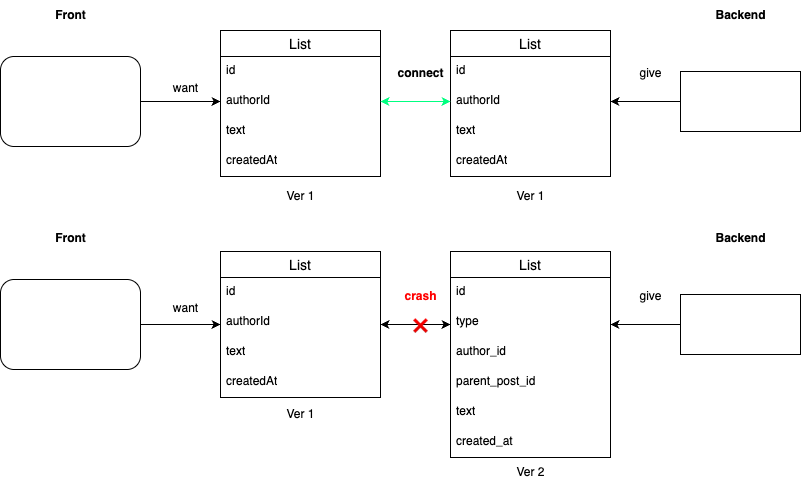
Before: featureflag-featureflag.png, a diagram exported from draw.io (Rwatana/DrawImages). Source tidied: cells renumbered, new cells last; positions are measured from the earlier drawing's top-left corner, leaving out a move shared by most shapes. Source of this version:
```xml
<mxGraphModel>
  <root>
    <mxCell id="0" />
    <mxCell id="1" parent="0" />
    <mxCell id="2" style="group;" parent="1" vertex="1">
      <mxGeometry width="800" height="181" as="geometry" />
    </mxCell>
    <mxCell id="3" style="edgeStyle=orthogonalEdgeStyle;rounded=0;jettySize=auto;html=1;exitX=1;exitY=0.5;exitDx=0;exitDy=0;entryX=0;entryY=0.5;entryDx=0;entryDy=0;" parent="2" edge="1" source="4" target="12">
      <mxGeometry relative="1" as="geometry" />
    </mxCell>
    <mxCell id="4" style="rounded=1;whiteSpace=wrap;html=1;" parent="2" vertex="1">
      <mxGeometry y="56" width="140" height="90" as="geometry" />
    </mxCell>
    <mxCell id="5" value="&lt;b&gt;Front&lt;/b&gt;" style="text;html=1;align=center;verticalAlign=middle;strokeColor=none;fillColor=none;" parent="2" vertex="1">
      <mxGeometry x="45" width="50" height="30" as="geometry" />
    </mxCell>
    <mxCell id="6" style="edgeStyle=orthogonalEdgeStyle;rounded=0;jettySize=auto;html=1;exitX=0;exitY=0.5;exitDx=0;exitDy=0;entryX=1;entryY=0.5;entryDx=0;entryDy=0;" parent="2" edge="1" source="7" target="18">
      <mxGeometry relative="1" as="geometry" />
    </mxCell>
    <mxCell id="7" style="rounded=0;whiteSpace=wrap;html=1;" parent="2" vertex="1">
      <mxGeometry x="680" y="71" width="120" height="60" as="geometry" />
    </mxCell>
    <mxCell id="8" value="&lt;b&gt;Backend&lt;/b&gt;" style="text;html=1;align=center;verticalAlign=middle;strokeColor=none;fillColor=none;" parent="2" vertex="1">
      <mxGeometry x="705" width="70" height="30" as="geometry" />
    </mxCell>
    <mxCell id="9" value="want" style="text;html=1;align=center;verticalAlign=middle;strokeColor=none;fillColor=none;" parent="2" vertex="1">
      <mxGeometry x="160" y="73" width="50" height="30" as="geometry" />
    </mxCell>
    <mxCell id="10" value="List" style="swimlane;fontStyle=0;horizontal=1;startSize=26;align=center;fontSize=14;" parent="2" vertex="1">
      <mxGeometry x="220" y="30" width="160" height="146" as="geometry" />
    </mxCell>
    <mxCell id="11" value="id" style="text;strokeColor=none;fillColor=none;spacingLeft=4;spacingRight=4;overflow=hidden;fontSize=12;whiteSpace=wrap;html=1;" parent="10" vertex="1">
      <mxGeometry y="26" width="160" height="30" as="geometry" />
    </mxCell>
    <mxCell id="12" value="authorId" style="text;strokeColor=none;fillColor=none;spacingLeft=4;spacingRight=4;overflow=hidden;points=[[0,0.5],[1,0.5]];portConstraint=eastwest;fontSize=12;whiteSpace=wrap;html=1;" parent="10" vertex="1">
      <mxGeometry y="56" width="160" height="30" as="geometry" />
    </mxCell>
    <mxCell id="13" value="text" style="text;strokeColor=none;fillColor=none;spacingLeft=4;spacingRight=4;overflow=hidden;fontSize=12;whiteSpace=wrap;html=1;" parent="10" vertex="1">
      <mxGeometry y="86" width="160" height="30" as="geometry" />
    </mxCell>
    <mxCell id="14" value="createdAt" style="text;strokeColor=none;fillColor=none;spacingLeft=4;spacingRight=4;overflow=hidden;fontSize=12;whiteSpace=wrap;html=1;" parent="10" vertex="1">
      <mxGeometry y="116" width="160" height="30" as="geometry" />
    </mxCell>
    <mxCell id="15" value="give" style="text;html=1;align=center;verticalAlign=middle;strokeColor=none;fillColor=none;" parent="2" vertex="1">
      <mxGeometry x="625" y="58" width="50" height="30" as="geometry" />
    </mxCell>
    <mxCell id="16" value="List" style="swimlane;fontStyle=0;horizontal=1;startSize=26;align=center;fontSize=14;" parent="2" vertex="1">
      <mxGeometry x="450" y="30" width="160" height="146" as="geometry" />
    </mxCell>
    <mxCell id="17" value="id" style="text;strokeColor=none;fillColor=none;spacingLeft=4;spacingRight=4;overflow=hidden;fontSize=12;whiteSpace=wrap;html=1;" parent="16" vertex="1">
      <mxGeometry y="26" width="160" height="30" as="geometry" />
    </mxCell>
    <mxCell id="18" value="authorId" style="text;strokeColor=none;fillColor=none;spacingLeft=4;spacingRight=4;overflow=hidden;points=[[0,0.5],[1,0.5]];portConstraint=eastwest;fontSize=12;whiteSpace=wrap;html=1;" parent="16" vertex="1">
      <mxGeometry y="56" width="160" height="30" as="geometry" />
    </mxCell>
    <mxCell id="19" value="text" style="text;strokeColor=none;fillColor=none;spacingLeft=4;spacingRight=4;overflow=hidden;fontSize=12;whiteSpace=wrap;html=1;" parent="16" vertex="1">
      <mxGeometry y="86" width="160" height="30" as="geometry" />
    </mxCell>
    <mxCell id="20" value="createdAt" style="text;strokeColor=none;fillColor=none;spacingLeft=4;spacingRight=4;overflow=hidden;fontSize=12;whiteSpace=wrap;html=1;" parent="16" vertex="1">
      <mxGeometry y="116" width="160" height="30" as="geometry" />
    </mxCell>
    <mxCell id="21" style="endArrow=classic;startArrow=classic;html=1;rounded=0;exitX=1;exitY=0.5;exitDx=0;exitDy=0;entryX=0;entryY=0.5;entryDx=0;entryDy=0;strokeColor=#00FF80;" parent="2" edge="1" source="12" target="18">
      <mxGeometry relative="1" as="geometry" />
    </mxCell>
    <mxCell id="22" value="&lt;b&gt;connect&lt;/b&gt;" style="text;html=1;align=center;verticalAlign=middle;strokeColor=none;fillColor=none;" parent="2" vertex="1">
      <mxGeometry x="385" y="58" width="70" height="30" as="geometry" />
    </mxCell>
    <mxCell id="23" style="edgeStyle=orthogonalEdgeStyle;rounded=0;jettySize=auto;html=1;exitX=1;exitY=0.5;exitDx=0;exitDy=0;entryX=0;entryY=0.5;entryDx=0;entryDy=0;" parent="1" edge="1" source="24">
      <mxGeometry relative="1" as="geometry">
        <mxPoint x="220" y="324" as="targetPoint" />
      </mxGeometry>
    </mxCell>
    <mxCell id="24" style="rounded=1;whiteSpace=wrap;html=1;" parent="1" vertex="1">
      <mxGeometry y="279" width="140" height="90" as="geometry" />
    </mxCell>
    <mxCell id="25" value="&lt;b&gt;Front&lt;/b&gt;" style="text;html=1;align=center;verticalAlign=middle;strokeColor=none;fillColor=none;" parent="1" vertex="1">
      <mxGeometry x="45" y="223" width="50" height="30" as="geometry" />
    </mxCell>
    <mxCell id="26" style="edgeStyle=orthogonalEdgeStyle;rounded=0;jettySize=auto;html=1;exitX=0;exitY=0.5;exitDx=0;exitDy=0;entryX=1;entryY=0.5;entryDx=0;entryDy=0;" parent="1" edge="1" source="27">
      <mxGeometry relative="1" as="geometry">
        <mxPoint x="610" y="324" as="targetPoint" />
      </mxGeometry>
    </mxCell>
    <mxCell id="27" style="rounded=0;whiteSpace=wrap;html=1;" parent="1" vertex="1">
      <mxGeometry x="680" y="294" width="120" height="60" as="geometry" />
    </mxCell>
    <mxCell id="28" value="&lt;b&gt;Backend&lt;/b&gt;" style="text;html=1;align=center;verticalAlign=middle;strokeColor=none;fillColor=none;" parent="1" vertex="1">
      <mxGeometry x="705" y="223" width="70" height="30" as="geometry" />
    </mxCell>
    <mxCell id="29" value="want" style="text;html=1;align=center;verticalAlign=middle;strokeColor=none;fillColor=none;" parent="1" vertex="1">
      <mxGeometry x="160" y="293" width="50" height="30" as="geometry" />
    </mxCell>
    <mxCell id="30" value="give" style="text;html=1;align=center;verticalAlign=middle;strokeColor=none;fillColor=none;" parent="1" vertex="1">
      <mxGeometry x="625" y="281" width="50" height="30" as="geometry" />
    </mxCell>
    <mxCell id="31" value="Ver 1" style="text;html=1;align=center;verticalAlign=middle;strokeColor=none;fillColor=none;" parent="1" vertex="1">
      <mxGeometry x="275" y="399" width="50" height="30" as="geometry" />
    </mxCell>
    <mxCell id="32" style="endArrow=classic;startArrow=classic;html=1;rounded=0;exitX=1;exitY=0.5;exitDx=0;exitDy=0;entryX=0;entryY=0.5;entryDx=0;entryDy=0;strokeColor=#000000;" parent="1" edge="1">
      <mxGeometry relative="1" as="geometry">
        <mxPoint x="380" y="324" as="sourcePoint" />
        <mxPoint x="450" y="324" as="targetPoint" />
      </mxGeometry>
    </mxCell>
    <mxCell id="33" value="&lt;b&gt;&lt;font style=&quot;color: rgb(255, 0, 0);&quot;&gt;crash&lt;/font&gt;&lt;/b&gt;" style="text;html=1;align=center;verticalAlign=middle;strokeColor=none;fillColor=none;" parent="1" vertex="1">
      <mxGeometry x="390" y="281" width="60" height="30" as="geometry" />
    </mxCell>
    <mxCell id="34" value="❌" style="text;html=1;align=center;verticalAlign=middle;strokeColor=none;fillColor=none;" parent="1" vertex="1">
      <mxGeometry x="400" y="311" width="40" height="30" as="geometry" />
    </mxCell>
    <mxCell id="35" value="Ver 1" style="text;html=1;align=center;verticalAlign=middle;strokeColor=none;fillColor=none;" parent="1" vertex="1">
      <mxGeometry x="275" y="181" width="50" height="30" as="geometry" />
    </mxCell>
    <mxCell id="36" value="List" style="swimlane;fontStyle=0;horizontal=1;startSize=26;align=center;fontSize=14;" parent="1" vertex="1">
      <mxGeometry x="220" y="251" width="160" height="146" as="geometry" />
    </mxCell>
    <mxCell id="37" value="id" style="text;strokeColor=none;fillColor=none;spacingLeft=4;spacingRight=4;overflow=hidden;fontSize=12;whiteSpace=wrap;html=1;" parent="36" vertex="1">
      <mxGeometry y="26" width="160" height="30" as="geometry" />
    </mxCell>
    <mxCell id="38" value="authorId" style="text;strokeColor=none;fillColor=none;spacingLeft=4;spacingRight=4;overflow=hidden;fontSize=12;whiteSpace=wrap;html=1;" parent="36" vertex="1">
      <mxGeometry y="56" width="160" height="30" as="geometry" />
    </mxCell>
    <mxCell id="39" value="text" style="text;strokeColor=none;fillColor=none;spacingLeft=4;spacingRight=4;overflow=hidden;fontSize=12;whiteSpace=wrap;html=1;" parent="36" vertex="1">
      <mxGeometry y="86" width="160" height="30" as="geometry" />
    </mxCell>
    <mxCell id="40" value="createdAt" style="text;strokeColor=none;fillColor=none;spacingLeft=4;spacingRight=4;overflow=hidden;fontSize=12;whiteSpace=wrap;html=1;" parent="36" vertex="1">
      <mxGeometry y="116" width="160" height="30" as="geometry" />
    </mxCell>
    <mxCell id="41" value="Ver 1" style="text;html=1;align=center;verticalAlign=middle;strokeColor=none;fillColor=none;" parent="1" vertex="1">
      <mxGeometry x="505" y="181" width="50" height="30" as="geometry" />
    </mxCell>
    <mxCell id="42" value="List" style="swimlane;fontStyle=0;horizontal=1;startSize=26;align=center;fontSize=14;" parent="1" vertex="1">
      <mxGeometry x="450" y="251" width="160" height="206" as="geometry" />
    </mxCell>
    <mxCell id="43" value="id" style="text;strokeColor=none;fillColor=none;spacingLeft=4;spacingRight=4;overflow=hidden;fontSize=12;whiteSpace=wrap;html=1;" parent="42" vertex="1">
      <mxGeometry y="26" width="160" height="30" as="geometry" />
    </mxCell>
    <mxCell id="44" value="type" style="text;strokeColor=none;fillColor=none;spacingLeft=4;spacingRight=4;overflow=hidden;fontSize=12;whiteSpace=wrap;html=1;" parent="42" vertex="1">
      <mxGeometry y="56" width="160" height="30" as="geometry" />
    </mxCell>
    <mxCell id="45" value="author_id" style="text;strokeColor=none;fillColor=none;spacingLeft=4;spacingRight=4;overflow=hidden;fontSize=12;whiteSpace=wrap;html=1;" parent="42" vertex="1">
      <mxGeometry y="86" width="160" height="30" as="geometry" />
    </mxCell>
    <mxCell id="46" value="parent_post_id" style="text;strokeColor=none;fillColor=none;spacingLeft=4;spacingRight=4;overflow=hidden;fontSize=12;whiteSpace=wrap;html=1;" parent="42" vertex="1">
      <mxGeometry y="116" width="160" height="30" as="geometry" />
    </mxCell>
    <mxCell id="47" value="text" style="text;strokeColor=none;fillColor=none;spacingLeft=4;spacingRight=4;overflow=hidden;fontSize=12;whiteSpace=wrap;html=1;" parent="42" vertex="1">
      <mxGeometry y="146" width="160" height="30" as="geometry" />
    </mxCell>
    <mxCell id="48" value="created_at" style="text;strokeColor=none;fillColor=none;spacingLeft=4;spacingRight=4;overflow=hidden;fontSize=12;whiteSpace=wrap;html=1;" parent="42" vertex="1">
      <mxGeometry y="176" width="160" height="30" as="geometry" />
    </mxCell>
    <mxCell id="49" value="Ver 2" style="text;html=1;align=center;verticalAlign=middle;strokeColor=none;fillColor=none;" parent="1" vertex="1">
      <mxGeometry x="505" y="457" width="50" height="30" as="geometry" />
    </mxCell>
  </root>
</mxGraphModel>
```
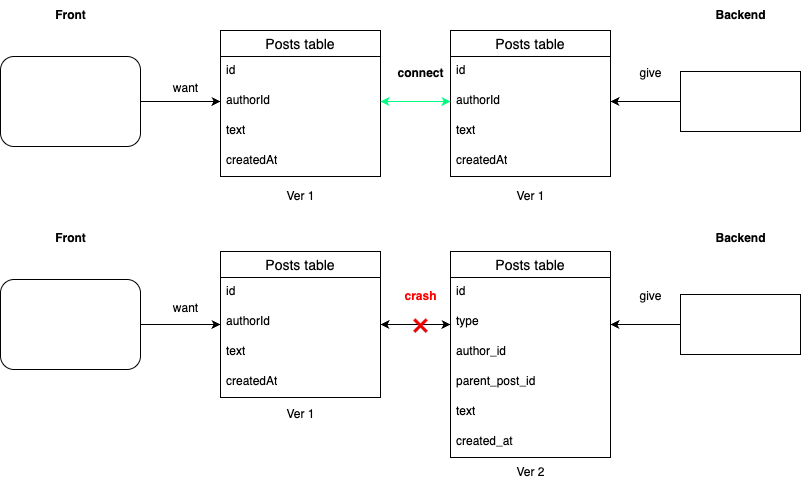
After the change.

Commit message:
featureflag-featureflag.png を更新します

Change to the diagram source:
```diff
@@ -26,7 +26,7 @@
     <mxCell id="9" value="want" style="text;html=1;align=center;verticalAlign=middle;strokeColor=none;fillColor=none;" parent="2" vertex="1">
       <mxGeometry x="160" y="73" width="50" height="30" as="geometry" />
     </mxCell>
-    <mxCell id="10" value="List" style="swimlane;fontStyle=0;horizontal=1;startSize=26;align=center;fontSize=14;" parent="2" vertex="1">
+    <mxCell id="10" value="Posts table" style="swimlane;fontStyle=0;horizontal=1;startSize=26;align=center;fontSize=14;" parent="2" vertex="1">
       <mxGeometry x="220" y="30" width="160" height="146" as="geometry" />
     </mxCell>
     <mxCell id="11" value="id" style="text;strokeColor=none;fillColor=none;spacingLeft=4;spacingRight=4;overflow=hidden;fontSize=12;whiteSpace=wrap;html=1;" parent="10" vertex="1">
@@ -44,7 +44,7 @@
     <mxCell id="15" value="give" style="text;html=1;align=center;verticalAlign=middle;strokeColor=none;fillColor=none;" parent="2" vertex="1">
       <mxGeometry x="625" y="58" width="50" height="30" as="geometry" />
     </mxCell>
-    <mxCell id="16" value="List" style="swimlane;fontStyle=0;horizontal=1;startSize=26;align=center;fontSize=14;" parent="2" vertex="1">
+    <mxCell id="16" value="Posts table" style="swimlane;fontStyle=0;horizontal=1;startSize=26;align=center;fontSize=14;" parent="2" vertex="1">
       <mxGeometry x="450" y="30" width="160" height="146" as="geometry" />
     </mxCell>
     <mxCell id="17" value="id" style="text;strokeColor=none;fillColor=none;spacingLeft=4;spacingRight=4;overflow=hidden;fontSize=12;whiteSpace=wrap;html=1;" parent="16" vertex="1">
@@ -111,7 +111,7 @@
     <mxCell id="35" value="Ver 1" style="text;html=1;align=center;verticalAlign=middle;strokeColor=none;fillColor=none;" parent="1" vertex="1">
       <mxGeometry x="275" y="181" width="50" height="30" as="geometry" />
     </mxCell>
-    <mxCell id="36" value="List" style="swimlane;fontStyle=0;horizontal=1;startSize=26;align=center;fontSize=14;" parent="1" vertex="1">
+    <mxCell id="36" value="Posts table" style="swimlane;fontStyle=0;horizontal=1;startSize=26;align=center;fontSize=14;" parent="1" vertex="1">
       <mxGeometry x="220" y="251" width="160" height="146" as="geometry" />
     </mxCell>
     <mxCell id="37" value="id" style="text;strokeColor=none;fillColor=none;spacingLeft=4;spacingRight=4;overflow=hidden;fontSize=12;whiteSpace=wrap;html=1;" parent="36" vertex="1">
@@ -129,7 +129,7 @@
     <mxCell id="41" value="Ver 1" style="text;html=1;align=center;verticalAlign=middle;strokeColor=none;fillColor=none;" parent="1" vertex="1">
       <mxGeometry x="505" y="181" width="50" height="30" as="geometry" />
     </mxCell>
-    <mxCell id="42" value="List" style="swimlane;fontStyle=0;horizontal=1;startSize=26;align=center;fontSize=14;" parent="1" vertex="1">
+    <mxCell id="42" value="Posts table" style="swimlane;fontStyle=0;horizontal=1;startSize=26;align=center;fontSize=14;" parent="1" vertex="1">
       <mxGeometry x="450" y="251" width="160" height="206" as="geometry" />
     </mxCell>
     <mxCell id="43" value="id" style="text;strokeColor=none;fillColor=none;spacingLeft=4;spacingRight=4;overflow=hidden;fontSize=12;whiteSpace=wrap;html=1;" parent="42" vertex="1">
```
